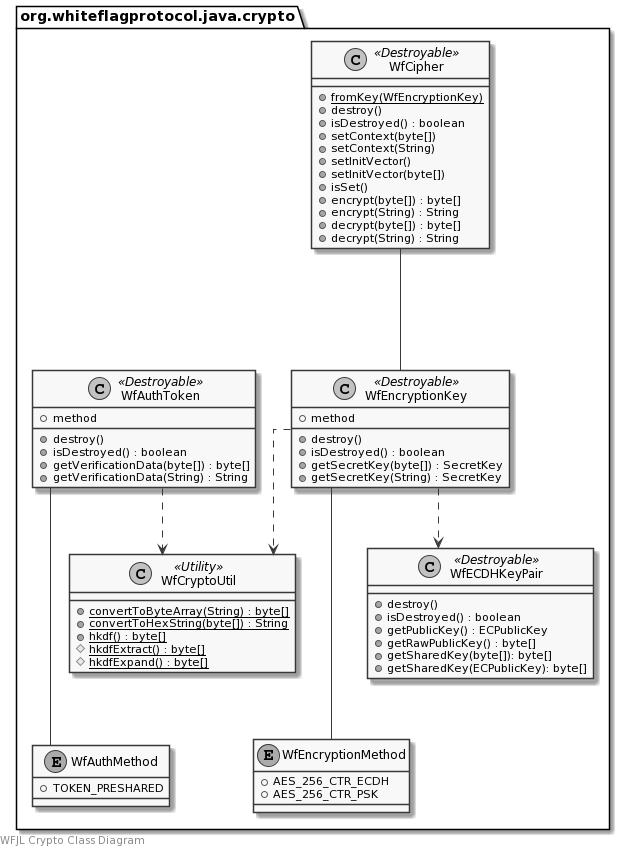
Above: docs/uml/crypto.png in WhiteflagProtocol/whiteflag-java (PlantUML), before the change.
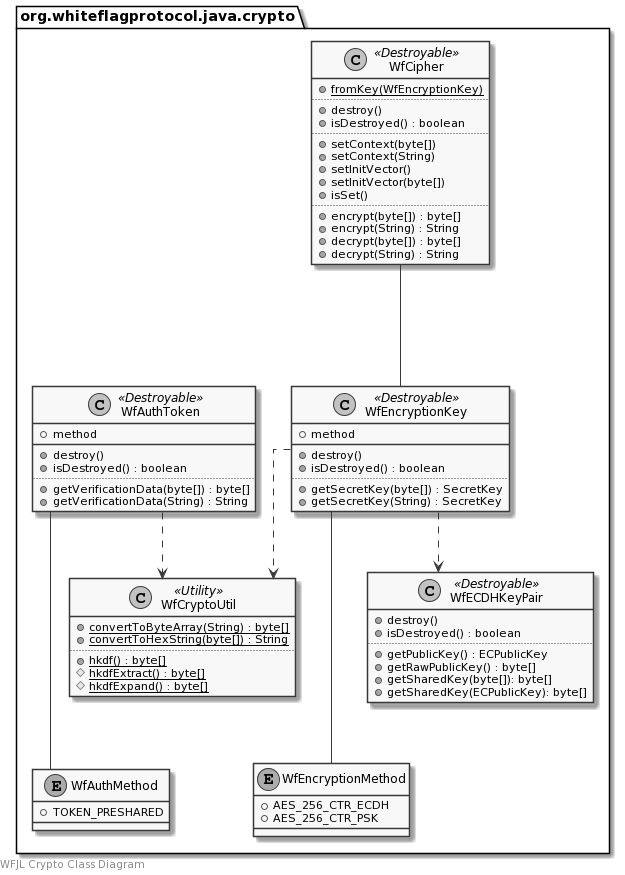
After the commit.

The edit, as a diff of the source:
```diff
@@ -7,13 +7,16 @@
 package org.whiteflagprotocol.java.crypto {
     class WfCipher <<Destroyable>> {
         {static} +fromKey(WfEncryptionKey)
+        ..
         +destroy()
         +isDestroyed() : boolean
+        ..
         +setContext(byte[])
         +setContext(String)
         +setInitVector()
         +setInitVector(byte[])
         +isSet()
+        ..
         +encrypt(byte[]) : byte[]
         +encrypt(String) : String
         +decrypt(byte[]) : byte[]
@@ -24,8 +27,10 @@
     }
     class WfAuthToken <<Destroyable>> {
         +method
+        __
         +destroy()
         +isDestroyed() : boolean
+        ..
         +getVerificationData(byte[]) : byte[]
         +getVerificationData(String) : String
     }
@@ -35,14 +40,17 @@
     }
     class WfEncryptionKey <<Destroyable>> {
         +method
+        __
         +destroy()
         +isDestroyed() : boolean
+        ..
         +getSecretKey(byte[]) : SecretKey
         +getSecretKey(String) : SecretKey
     }
     class WfECDHKeyPair <<Destroyable>> {
         +destroy()
         +isDestroyed() : boolean
+        ..
         +getPublicKey() : ECPublicKey
         +getRawPublicKey() : byte[]
         +getSharedKey(byte[]): byte[]
@@ -51,6 +59,7 @@
     class WfCryptoUtil <<Utility>> {
         {static} +convertToByteArray(String) : byte[]
         {static} +convertToHexString(byte[]) : String
+        ..
         {static} +hkdf() : byte[]
         {static} #hkdfExtract() : byte[]
         {static} #hkdfExpand() : byte[]
```
